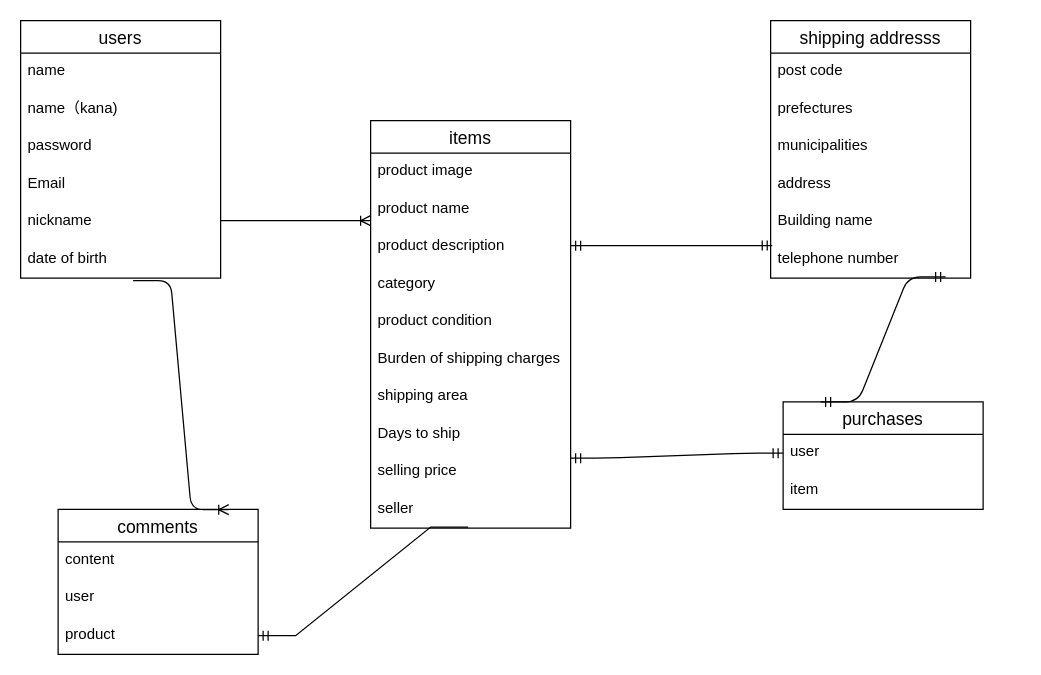
Earlier version of the draw.io diagram test.dio (pusann/furima-37365). Source tidied: cells renumbered, new cells numbered last; positions are measured from the earlier drawing's top-left corner, leaving out a move shared by most shapes. Both pictures are drawn from the tidied source at 125%, with x=0, y=0 at pixel (20, 20).
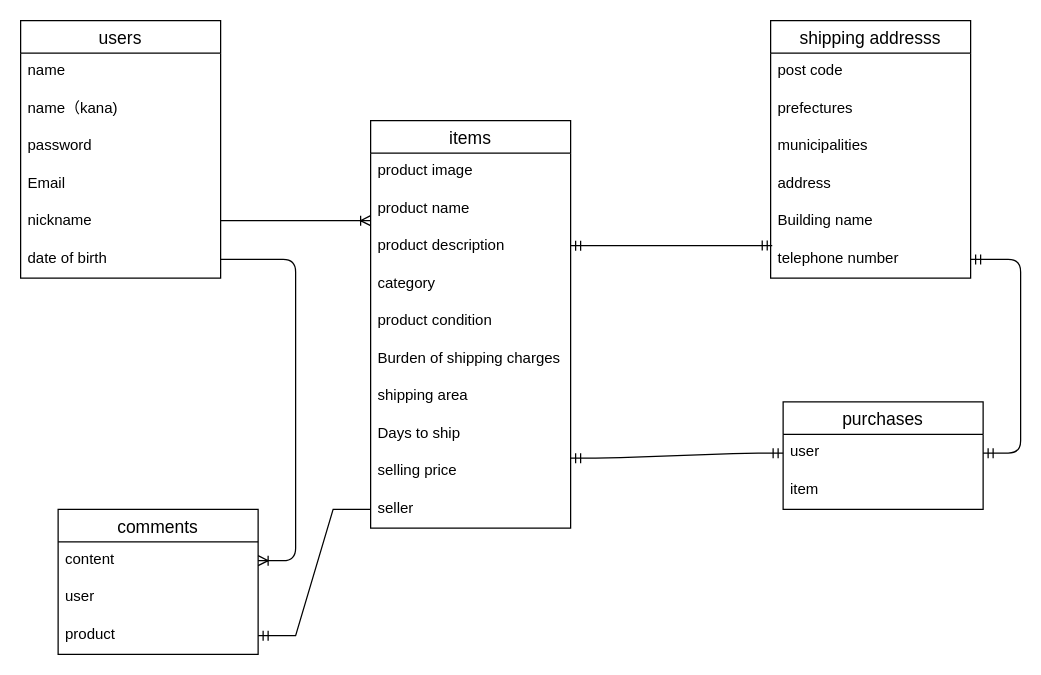
Above is the later version.

Unchanged cells that the change refers to:
```xml
<mxCell id="12" value="seller" style="text;strokeColor=none;fillColor=none;spacingLeft=4;spacingRight=4;overflow=hidden;points=[[0,0.5],[1,0.5]];portConstraint=eastwest;fontSize=12;" parent="2" vertex="1">
  <mxGeometry y="296" width="160" height="30" as="geometry" />
</mxCell>
<mxCell id="19" value="date of birth" style="text;strokeColor=none;fillColor=none;spacingLeft=4;spacingRight=4;overflow=hidden;points=[[0,0.5],[1,0.5]];portConstraint=eastwest;fontSize=12;" parent="13" vertex="1">
  <mxGeometry y="176" width="160" height="30" as="geometry" />
</mxCell>
<mxCell id="29" value="telephone number" style="text;strokeColor=none;fillColor=none;spacingLeft=4;spacingRight=4;overflow=hidden;points=[[0,0.5],[1,0.5]];portConstraint=eastwest;fontSize=12;" parent="23" vertex="1">
  <mxGeometry y="176" width="160" height="30" as="geometry" />
</mxCell>
<mxCell id="33" value="comments" style="swimlane;fontStyle=0;horizontal=1;startSize=26;align=center;fontSize=14;" parent="1" vertex="1">
  <mxGeometry x="30" y="391" width="160" height="116" as="geometry" />
</mxCell>
<mxCell id="34" value="content" style="text;strokeColor=none;fillColor=none;spacingLeft=4;spacingRight=4;overflow=hidden;points=[[0,0.5],[1,0.5]];portConstraint=eastwest;fontSize=12;" parent="33" vertex="1">
  <mxGeometry y="26" width="160" height="30" as="geometry" />
</mxCell>
<mxCell id="36" value="product" style="text;strokeColor=none;fillColor=none;spacingLeft=4;spacingRight=4;overflow=hidden;points=[[0,0.5],[1,0.5]];portConstraint=eastwest;fontSize=12;" parent="33" vertex="1">
  <mxGeometry y="86" width="160" height="30" as="geometry" />
</mxCell>
```

Diff of the diagram source:
```diff
@@
-    <mxCell id="37" style="edgeStyle=entityRelationEdgeStyle;fontSize=12;html=1;endArrow=ERmandOne;startArrow=ERmandOne;" parent="1" edge="1">
+    <mxCell id="37" style="edgeStyle=entityRelationEdgeStyle;fontSize=12;html=1;endArrow=ERmandOne;startArrow=ERmandOne;entryX=1;entryY=0.5;entryDx=0;entryDy=0;" parent="1" edge="1" target="29">
       <mxGeometry relative="1" as="geometry">
-        <mxPoint x="640" y="305" as="sourcePoint" />
-        <mxPoint x="740" y="205" as="targetPoint" />
+        <mxPoint x="770" y="346" as="sourcePoint" />
       </mxGeometry>
     </mxCell>
-    <mxCell id="38" style="edgeStyle=entityRelationEdgeStyle;fontSize=12;html=1;endArrow=ERoneToMany;entryX=0.853;entryY=0.002;entryDx=0;entryDy=0;entryPerimeter=0;" parent="1" edge="1" target="33">
-      <mxGeometry relative="1" as="geometry">
-        <mxPoint x="90" y="208" as="sourcePoint" />
-      </mxGeometry>
+    <mxCell id="38" style="edgeStyle=entityRelationEdgeStyle;fontSize=12;html=1;endArrow=ERoneToMany;exitX=1;exitY=0.5;exitDx=0;exitDy=0;" parent="1" edge="1" source="19" target="34">
+      <mxGeometry relative="1" as="geometry" />
     </mxCell>
-    <mxCell id="39" style="edgeStyle=entityRelationEdgeStyle;fontSize=12;html=1;endArrow=ERmandOne;rounded=0;strokeWidth=1;targetPerimeterSpacing=0;entryX=1;entryY=0.5;entryDx=0;entryDy=0;exitX=0.488;exitY=0.973;exitDx=0;exitDy=0;exitPerimeter=0;" parent="1" edge="1" source="12" target="36">
+    <mxCell id="39" style="edgeStyle=entityRelationEdgeStyle;fontSize=12;html=1;endArrow=ERmandOne;rounded=0;strokeWidth=1;targetPerimeterSpacing=0;entryX=1;entryY=0.5;entryDx=0;entryDy=0;" parent="1" edge="1" source="12" target="36">
       <mxGeometry relative="1" as="geometry" />
     </mxCell>
```
